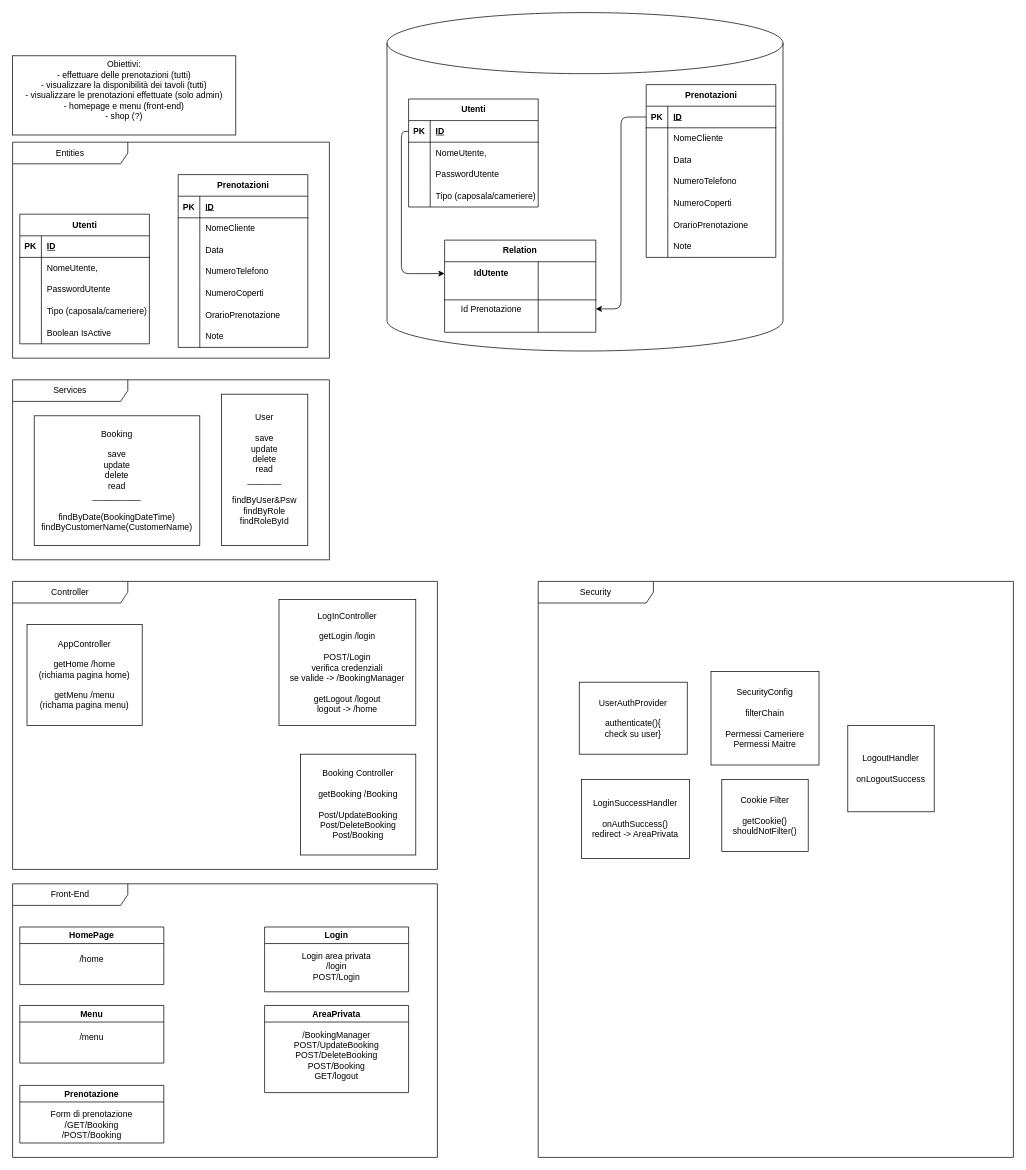
JavLomProjectWork/JavaBistrot keeps this draw.io diagram as ProjectWork3.drawio. Above is the earlier version. Source tidied: cells renumbered, new cells numbered last; positions are measured from the earlier drawing's top-left corner, leaving out a move shared by most shapes. Both pictures are drawn from the tidied source at 72%, with x=0, y=0 at pixel (12, 12).
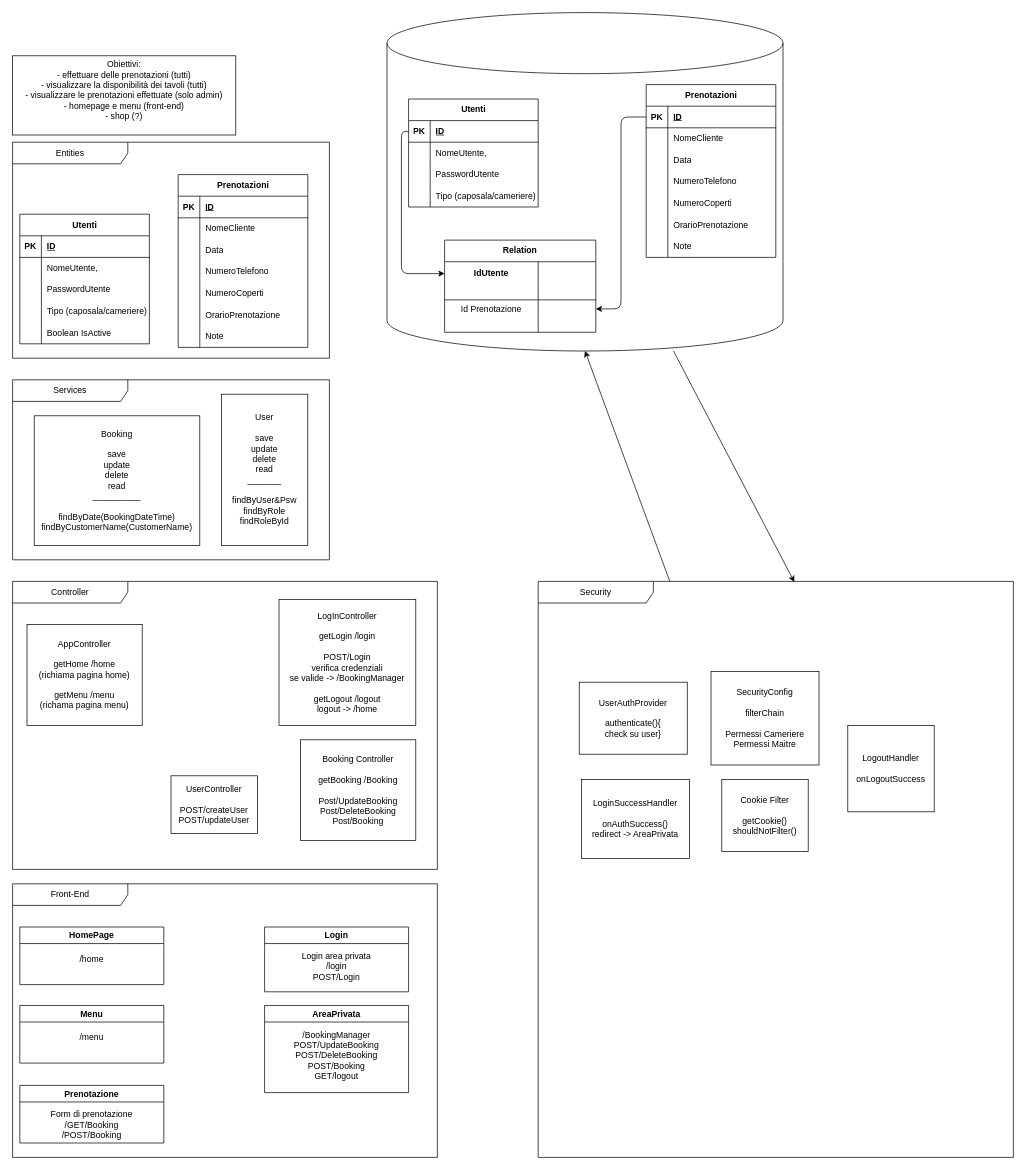
The same diagram, later.

Commit message:
aggiunto UserController allo schema

The change refers to these unchanged cells:
```xml
<mxCell id="2" style="shape=cylinder3;whiteSpace=wrap;html=1;boundedLbl=1;backgroundOutline=1;size=42.4117503446692;" parent="1" vertex="1">
  <mxGeometry x="520" width="550" height="470" as="geometry" />
</mxCell>
<mxCell id="102" value="Controller" style="shape=umlFrame;whiteSpace=wrap;html=1;width=160;" parent="1" vertex="1">
  <mxGeometry y="790" width="590" height="400" as="geometry" />
</mxCell>
<mxCell id="117" value="Security" style="shape=umlFrame;whiteSpace=wrap;html=1;width=160;" parent="1" vertex="1">
  <mxGeometry x="730" y="790" width="660" height="800" as="geometry" />
</mxCell>
```

The edit, as a diff of the source:
```diff
@@
+    <mxCell id="123" style="edgeStyle=none;html=1;entryX=0.539;entryY=0.001;entryDx=0;entryDy=0;entryPerimeter=0;" parent="1" edge="1" source="2" target="117">
+      <mxGeometry relative="1" as="geometry" />
+    </mxCell>
@@
     <mxCell id="105" value="Booking Controller&lt;div&gt;&lt;br&gt;&lt;/div&gt;&lt;div&gt;getBooking /Booking&lt;/div&gt;&lt;div&gt;&lt;br&gt;&lt;/div&gt;&lt;div&gt;Post/UpdateBooking&lt;/div&gt;&lt;div&gt;Post/DeleteBooking&lt;/div&gt;&lt;div&gt;Post/Booking&lt;/div&gt;" style="whiteSpace=wrap;html=1;" parent="102" vertex="1">
-      <mxGeometry x="400" y="240" width="160" height="140" as="geometry" />
+      <mxGeometry x="400" y="220" width="160" height="140" as="geometry" />
     </mxCell>
+    <mxCell id="124" value="UserController&lt;div&gt;&lt;br&gt;&lt;/div&gt;&lt;div&gt;POST/createUser&lt;/div&gt;&lt;div&gt;POST/updateUser&lt;/div&gt;" style="rounded=0;whiteSpace=wrap;html=1;" parent="102" vertex="1">
+      <mxGeometry x="220" y="270" width="120" height="80" as="geometry" />
+    </mxCell>
@@
+    <mxCell id="125" style="edgeStyle=none;html=1;entryX=0.5;entryY=1;entryDx=0;entryDy=0;entryPerimeter=0;" parent="1" edge="1" source="117" target="2">
+      <mxGeometry relative="1" as="geometry" />
+    </mxCell>
```
